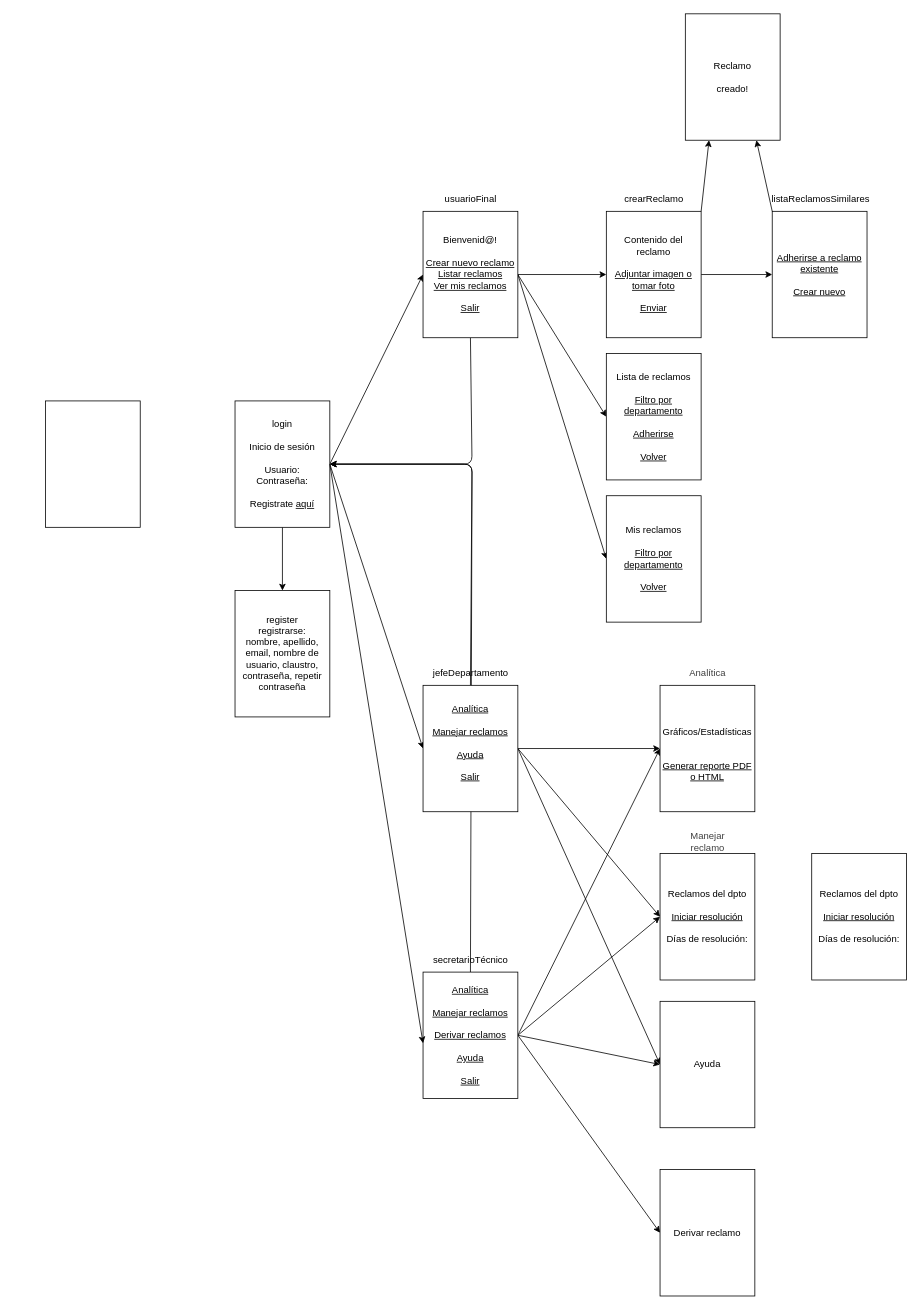
This is TrabajoPractico_3/docs/flujoDePantallas(guíaAuxiliar).drawio from FelipeCarrozzo/prog_avanzada, a draw.io file, before an edit. Source tidied: cells renumbered, new cells numbered last; positions are measured from the earlier drawing's top-left corner, leaving out a move shared by most shapes. Both pictures are drawn from the tidied source at 79%, with x=0, y=0 at pixel (45, 13).
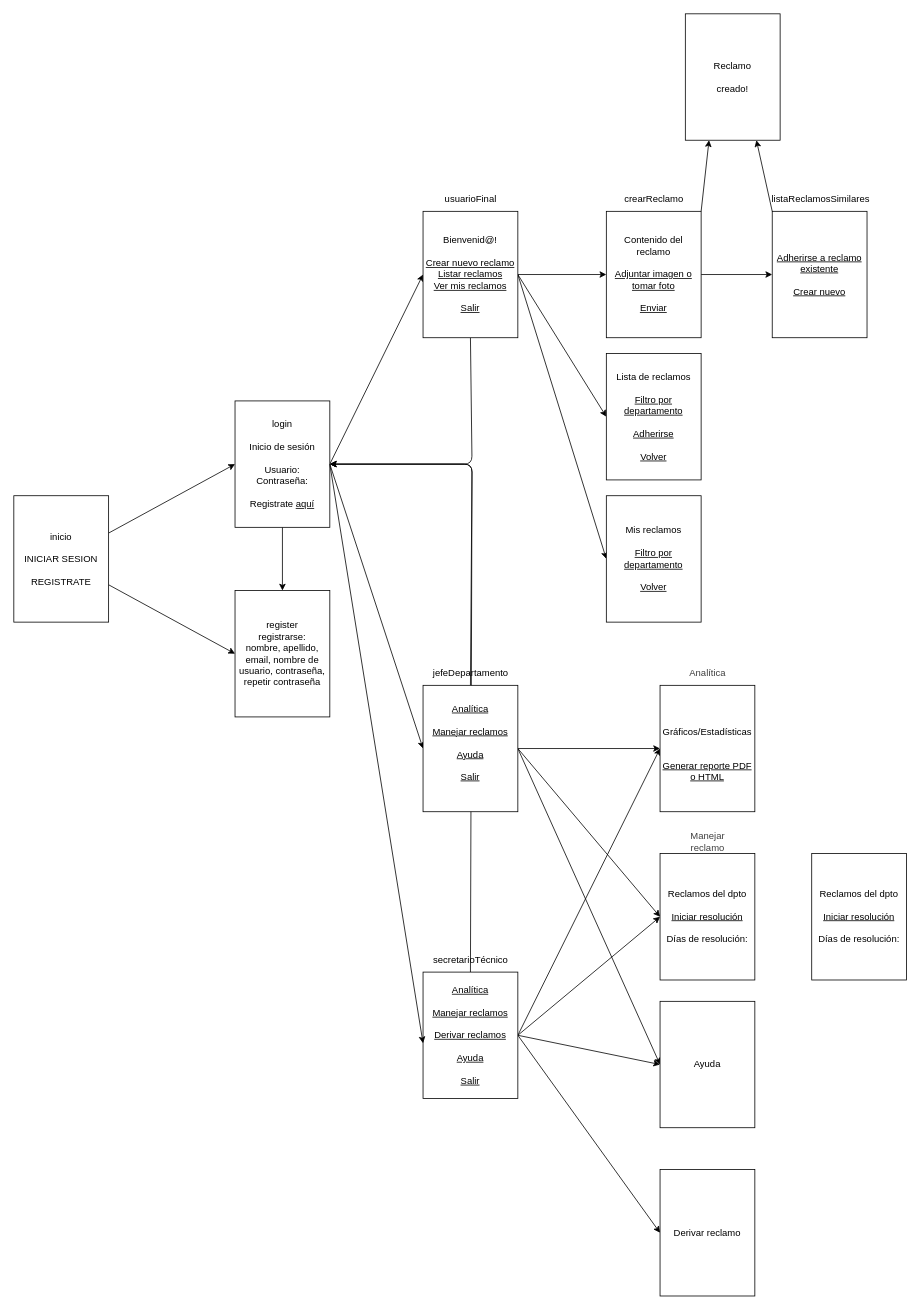
The same diagram, later.

Unchanged cells that the change refers to:
```xml
<mxCell id="6" value="login&lt;div&gt;&lt;br&gt;&lt;/div&gt;&lt;div&gt;Inicio de sesión&lt;/div&gt;&lt;div&gt;&lt;br&gt;&lt;/div&gt;&lt;div&gt;Usuario:&lt;/div&gt;&lt;div&gt;Contraseña:&lt;/div&gt;&lt;div&gt;&lt;br&gt;&lt;/div&gt;&lt;div&gt;Registrate &lt;u&gt;aquí&lt;/u&gt;&lt;/div&gt;" style="rounded=0;whiteSpace=wrap;html=1;" parent="1" vertex="1">
  <mxGeometry x="240" y="490" width="120" height="160" as="geometry" />
</mxCell>
```

Change to the diagram source:
```diff
@@
+    <mxCell id="45" style="edgeStyle=none;html=1;entryX=0;entryY=0.5;entryDx=0;entryDy=0;" parent="1" edge="1" source="7" target="6">
+      <mxGeometry relative="1" as="geometry" />
+    </mxCell>
+    <mxCell id="46" style="edgeStyle=none;html=1;entryX=0;entryY=0.5;entryDx=0;entryDy=0;" parent="1" edge="1" source="7" target="8">
+      <mxGeometry relative="1" as="geometry" />
+    </mxCell>
-    <mxCell id="7" style="rounded=0;whiteSpace=wrap;html=1;" parent="1" vertex="1">
-      <mxGeometry y="490" width="120" height="160" as="geometry" />
+    <mxCell id="7" value="inicio&lt;div&gt;&lt;br&gt;&lt;/div&gt;&lt;div&gt;INICIAR SESION&lt;/div&gt;&lt;div&gt;&lt;br&gt;&lt;/div&gt;&lt;div&gt;REGISTRATE&lt;/div&gt;" style="rounded=0;whiteSpace=wrap;html=1;" parent="1" vertex="1">
+      <mxGeometry x="-40" y="610" width="120" height="160" as="geometry" />
     </mxCell>
-    <mxCell id="8" value="register&lt;div&gt;registrarse:&lt;/div&gt;&lt;div&gt;nombre, apellido, email, nombre de usuario, claustro, contraseña, repetir contraseña&lt;/div&gt;" style="rounded=0;whiteSpace=wrap;html=1;" parent="1" vertex="1">
+    <mxCell id="8" value="register&lt;div&gt;registrarse:&lt;/div&gt;&lt;div&gt;nombre, apellido, email, nombre de usuario, contraseña, repetir contraseña&lt;/div&gt;" style="rounded=0;whiteSpace=wrap;html=1;" parent="1" vertex="1">
       <mxGeometry x="240" y="730" width="120" height="160" as="geometry" />
     </mxCell>
```
